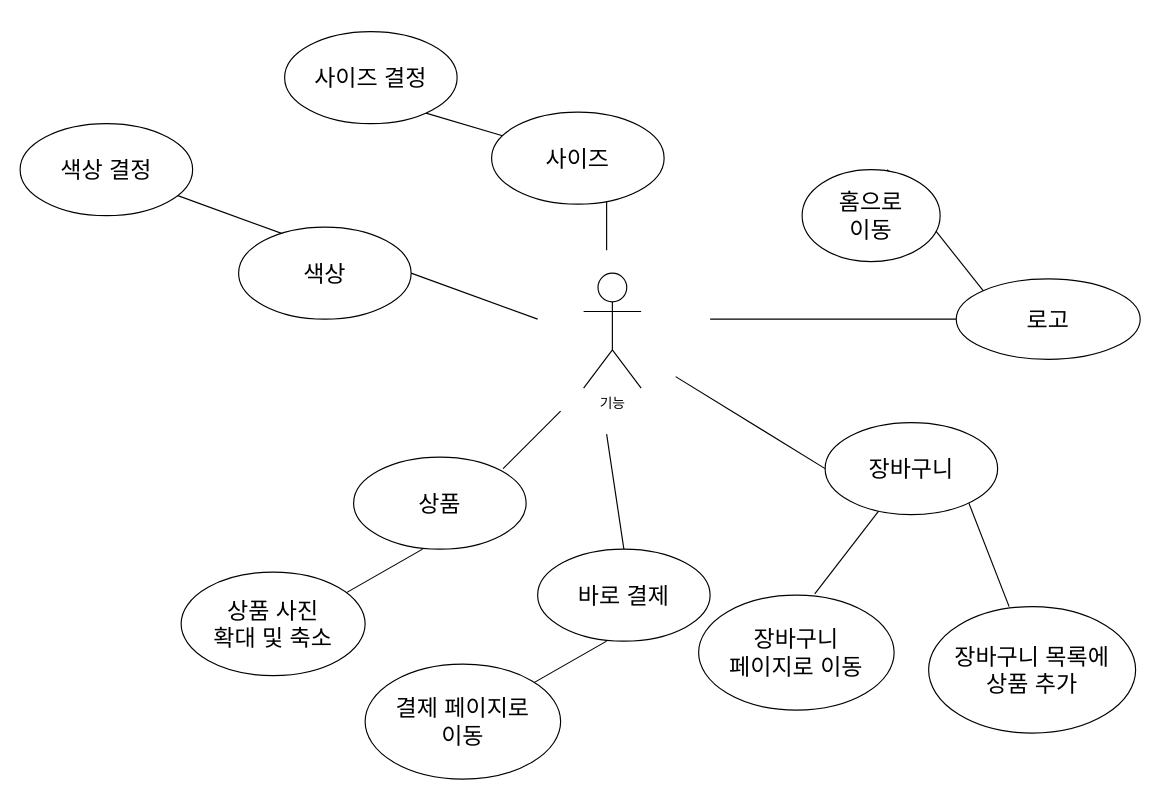
Before: 제목 없는 다이어그램.drawio in hsy0511/diruse, a draw.io diagram. Source tidied: cells renumbered, new cells numbered last; positions are measured from the earlier drawing's top-left corner, leaving out a move shared by most shapes. Both pictures are drawn from the tidied source at 115%, with x=0, y=0 at pixel (20, 31).
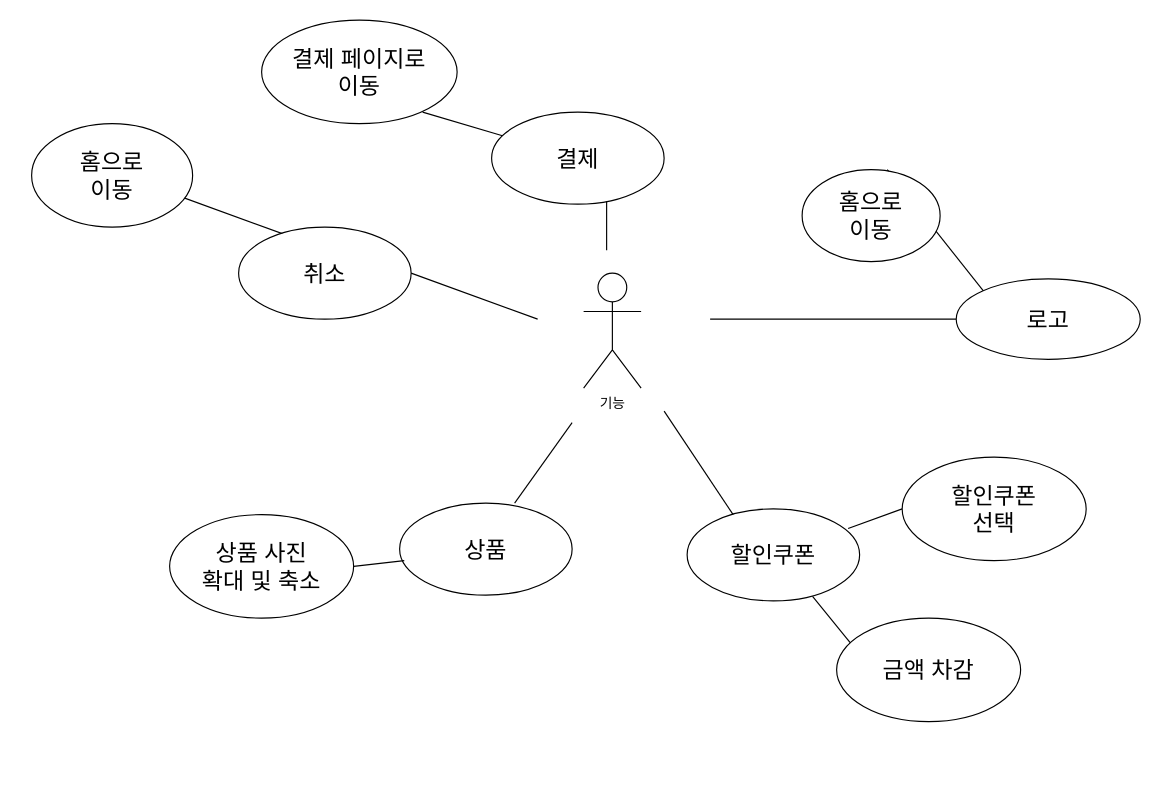
Above is the later version.

Commit message:
제목 없는 다이어그램.drawio 업데이트

What changed in the source:
```diff
@@
-    <mxCell id="5" value="&lt;font style=&quot;font-size: 20px;&quot;&gt;장바구니&lt;/font&gt;" style="ellipse;whiteSpace=wrap;html=1;" parent="1" vertex="1">
-      <mxGeometry x="700" y="340" width="150" height="80" as="geometry" />
-    </mxCell>
-    <mxCell id="6" style="endArrow=none;html=1;rounded=0;" parent="1" edge="1">
-      <mxGeometry relative="1" as="geometry">
-        <mxPoint x="570" y="300" as="sourcePoint" />
-        <mxPoint x="700" y="380" as="targetPoint" />
-      </mxGeometry>
-    </mxCell>
@@
-    <mxCell id="9" value="&lt;span style=&quot;font-size: 20px;&quot;&gt;장바구니&lt;br&gt;페이지로 이동&lt;br&gt;&lt;/span&gt;" style="ellipse;whiteSpace=wrap;html=1;" parent="1" vertex="1">
-      <mxGeometry x="590" y="490" width="170" height="100" as="geometry" />
-    </mxCell>
-    <mxCell id="10" style="endArrow=none;html=1;rounded=0;entryX=0.594;entryY=-0.01;entryDx=0;entryDy=0;entryPerimeter=0;" parent="1" edge="1" source="5" target="9">
-      <mxGeometry relative="1" as="geometry" />
-    </mxCell>
-    <mxCell id="11" style="endArrow=none;html=1;rounded=0;" parent="1" edge="1">
-      <mxGeometry relative="1" as="geometry">
-        <mxPoint x="420" y="380" as="sourcePoint" />
-        <mxPoint x="470" y="330" as="targetPoint" />
-      </mxGeometry>
-    </mxCell>
-    <mxCell id="12" value="&lt;span style=&quot;font-size: 20px;&quot;&gt;상품&lt;/span&gt;" style="ellipse;whiteSpace=wrap;html=1;" parent="1" vertex="1">
-      <mxGeometry x="290" y="370" width="150" height="80" as="geometry" />
-    </mxCell>
-    <mxCell id="13" style="endArrow=none;html=1;rounded=0;" parent="1" edge="1">
-      <mxGeometry relative="1" as="geometry">
-        <mxPoint x="350" y="450" as="sourcePoint" />
-        <mxPoint x="280" y="490" as="targetPoint" />
-      </mxGeometry>
-    </mxCell>
-    <mxCell id="14" value="&lt;span style=&quot;font-size: 20px;&quot;&gt;상품 사진&lt;br&gt;확대 및 축소&lt;br&gt;&lt;/span&gt;" style="ellipse;whiteSpace=wrap;html=1;" parent="1" vertex="1">
-      <mxGeometry x="140" y="470" width="160" height="90" as="geometry" />
-    </mxCell>
-    <mxCell id="15" style="endArrow=none;html=1;rounded=0;" parent="1" edge="1">
-      <mxGeometry relative="1" as="geometry">
-        <mxPoint x="825" y="410" as="sourcePoint" />
-        <mxPoint x="860" y="500" as="targetPoint" />
-      </mxGeometry>
-    </mxCell>
-    <mxCell id="16" value="&lt;span style=&quot;font-size: 20px;&quot;&gt;장바구니 목록에&lt;br&gt;상품 추가&lt;br&gt;&lt;/span&gt;" style="ellipse;whiteSpace=wrap;html=1;" parent="1" vertex="1">
-      <mxGeometry x="790" y="500" width="180" height="110" as="geometry" />
-    </mxCell>
@@
-    <mxCell id="18" value="&lt;span style=&quot;font-size: 20px;&quot;&gt;색상&lt;/span&gt;" style="ellipse;whiteSpace=wrap;html=1;" parent="1" vertex="1">
+    <mxCell id="18" value="&lt;span style=&quot;font-size: 20px;&quot;&gt;취소&lt;/span&gt;" style="ellipse;whiteSpace=wrap;html=1;" parent="1" vertex="1">
       <mxGeometry x="190" y="170" width="150" height="80" as="geometry" />
     </mxCell>
@@
-    <mxCell id="20" value="&lt;span style=&quot;font-size: 20px;&quot;&gt;색상 결정&lt;/span&gt;" style="ellipse;whiteSpace=wrap;html=1;" parent="1" vertex="1">
-      <mxGeometry y="80" width="150" height="80" as="geometry" />
+    <mxCell id="20" value="&lt;span style=&quot;font-size: 20px;&quot;&gt;홈으로&lt;br&gt;이동&lt;br&gt;&lt;/span&gt;" style="ellipse;whiteSpace=wrap;html=1;" parent="1" vertex="1">
+      <mxGeometry x="10" y="80" width="140" height="90" as="geometry" />
     </mxCell>
@@
-    <mxCell id="24" value="&lt;span style=&quot;font-size: 20px;&quot;&gt;사이즈&lt;/span&gt;" style="ellipse;whiteSpace=wrap;html=1;" parent="1" vertex="1">
+    <mxCell id="24" value="&lt;span style=&quot;font-size: 20px;&quot;&gt;결제&lt;/span&gt;" style="ellipse;whiteSpace=wrap;html=1;" parent="1" vertex="1">
       <mxGeometry x="410" y="70" width="150" height="80" as="geometry" />
     </mxCell>
-    <mxCell id="25" value="&lt;span style=&quot;font-size: 20px;&quot;&gt;사이즈 결정&lt;/span&gt;" style="ellipse;whiteSpace=wrap;html=1;" parent="1" vertex="1">
-      <mxGeometry x="230" width="150" height="80" as="geometry" />
+    <mxCell id="25" value="&lt;span style=&quot;font-size: 20px;&quot;&gt;결제 페이지로&lt;br&gt;이동&lt;br&gt;&lt;/span&gt;" style="ellipse;whiteSpace=wrap;html=1;" parent="1" vertex="1">
+      <mxGeometry x="210" y="-10" width="170" height="90" as="geometry" />
     </mxCell>
-    <mxCell id="26" style="endArrow=none;html=1;rounded=0;exitX=0.5;exitY=0;exitDx=0;exitDy=0;" parent="1" edge="1" source="27">
-      <mxGeometry relative="1" as="geometry">
-        <mxPoint x="510" y="350" as="targetPoint" />
-      </mxGeometry>
-    </mxCell>
-    <mxCell id="27" value="&lt;span style=&quot;font-size: 20px;&quot;&gt;바로 결제&lt;/span&gt;" style="ellipse;whiteSpace=wrap;html=1;" parent="1" vertex="1">
-      <mxGeometry x="450" y="450" width="150" height="80" as="geometry" />
-    </mxCell>
-    <mxCell id="28" style="endArrow=none;html=1;rounded=0;" parent="1" edge="1">
-      <mxGeometry relative="1" as="geometry">
-        <mxPoint x="510" y="530" as="sourcePoint" />
-        <mxPoint x="440" y="570" as="targetPoint" />
-      </mxGeometry>
-    </mxCell>
-    <mxCell id="29" value="&lt;span style=&quot;font-size: 20px;&quot;&gt;결제 페이지로&lt;br&gt;이동&lt;br&gt;&lt;/span&gt;" style="ellipse;whiteSpace=wrap;html=1;" parent="1" vertex="1">
-      <mxGeometry x="300" y="550" width="170" height="100" as="geometry" />
-    </mxCell>
+    <mxCell id="12" value="&lt;span style=&quot;font-size: 20px;&quot;&gt;상품&lt;/span&gt;" style="ellipse;whiteSpace=wrap;html=1;" parent="1" vertex="1">
+      <mxGeometry x="330" y="410" width="150" height="80" as="geometry" />
+    </mxCell>
+    <mxCell id="30" style="endArrow=none;html=1;rounded=0;" parent="1" edge="1">
+      <mxGeometry relative="1" as="geometry">
+        <mxPoint x="430" y="410" as="sourcePoint" />
+        <mxPoint x="480" y="340" as="targetPoint" />
+      </mxGeometry>
+    </mxCell>
+    <mxCell id="14" value="&lt;span style=&quot;font-size: 20px;&quot;&gt;상품 사진&lt;br&gt;확대 및 축소&lt;br&gt;&lt;/span&gt;" style="ellipse;whiteSpace=wrap;html=1;" parent="1" vertex="1">
+      <mxGeometry x="130" y="420" width="160" height="90" as="geometry" />
+    </mxCell>
+    <mxCell id="31" style="endArrow=none;html=1;rounded=0;entryX=0.027;entryY=0.625;entryDx=0;entryDy=0;entryPerimeter=0;exitX=1;exitY=0.5;exitDx=0;exitDy=0;" parent="1" edge="1" source="14" target="12">
+      <mxGeometry relative="1" as="geometry" />
+    </mxCell>
+    <mxCell id="32" value="&lt;span style=&quot;font-size: 20px;&quot;&gt;할인쿠폰&lt;/span&gt;" style="ellipse;whiteSpace=wrap;html=1;" parent="1" vertex="1">
+      <mxGeometry x="580" y="415" width="150" height="80" as="geometry" />
+    </mxCell>
+    <mxCell id="33" style="endArrow=none;html=1;rounded=0;" parent="1" edge="1">
+      <mxGeometry relative="1" as="geometry">
+        <mxPoint x="620" y="420" as="sourcePoint" />
+        <mxPoint x="560" y="330" as="targetPoint" />
+      </mxGeometry>
+    </mxCell>
+    <mxCell id="34" style="endArrow=none;html=1;rounded=0;entryX=1.02;entryY=0.588;entryDx=0;entryDy=0;entryPerimeter=0;exitX=0;exitY=0.5;exitDx=0;exitDy=0;" parent="1" edge="1">
+      <mxGeometry relative="1" as="geometry">
+        <mxPoint x="767" y="415" as="sourcePoint" />
+        <mxPoint x="720" y="432" as="targetPoint" />
+      </mxGeometry>
+    </mxCell>
+    <mxCell id="35" value="&lt;span style=&quot;font-size: 20px;&quot;&gt;할인쿠폰&lt;br&gt;선택&lt;br&gt;&lt;/span&gt;" style="ellipse;whiteSpace=wrap;html=1;" parent="1" vertex="1">
+      <mxGeometry x="767" y="370" width="160" height="90" as="geometry" />
+    </mxCell>
+    <mxCell id="36" style="endArrow=none;html=1;rounded=0;entryX=0.727;entryY=0.95;entryDx=0;entryDy=0;entryPerimeter=0;exitX=0;exitY=0;exitDx=0;exitDy=0;" parent="1" edge="1" target="32">
+      <mxGeometry relative="1" as="geometry">
+        <mxPoint x="723.2" y="533.1" as="sourcePoint" />
+      </mxGeometry>
+    </mxCell>
+    <mxCell id="37" value="&lt;span style=&quot;font-size: 20px;&quot;&gt;금액 차감&lt;br&gt;&lt;/span&gt;" style="ellipse;whiteSpace=wrap;html=1;" parent="1" vertex="1">
+      <mxGeometry x="710" y="510" width="160" height="90" as="geometry" />
+    </mxCell>
```
